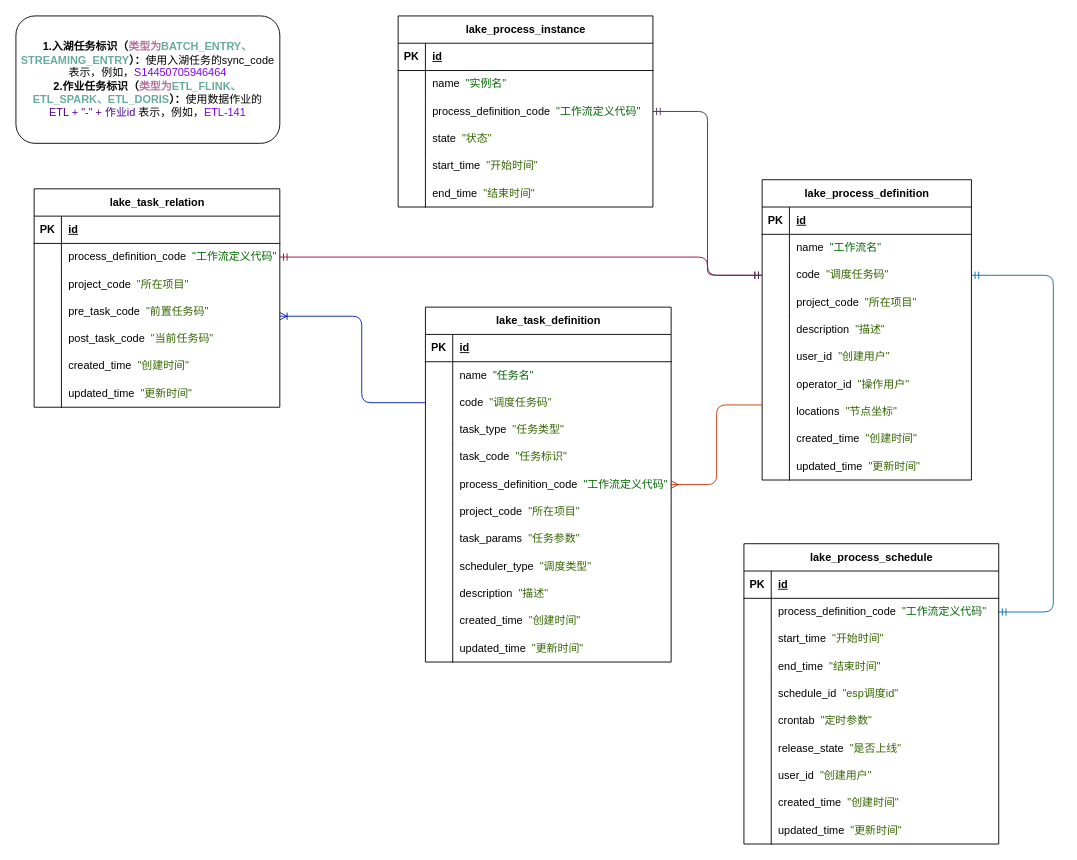
This is page "入湖与作业任务依赖" (3 of 3) of 数据湖.drawio from GorgeousU/draw.io, a draw.io file, before an edit. Source tidied: cells renumbered, new cells numbered last; positions are measured from the earlier drawing's top-left corner, leaving out a move shared by most shapes. Both pictures are drawn from the tidied source at 91%, with x=0, y=0 at pixel (15, 15).
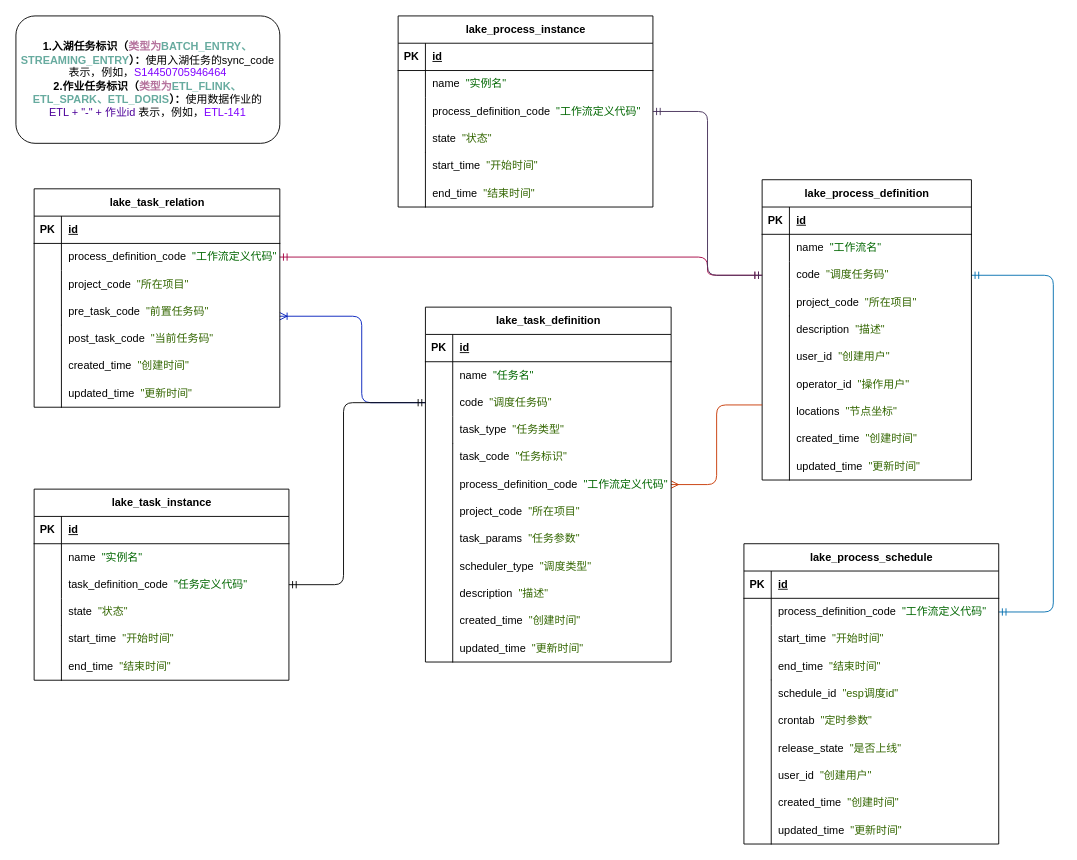
Above is the later version.

Commit message:
更新数据湖.drawio

The change refers to these unchanged cells:
```xml
<mxCell id="113" style="shape=tableRow;horizontal=0;startSize=0;swimlaneHead=0;swimlaneBody=0;fillColor=none;points=[[0,0.5],[1,0.5]];portConstraint=eastwest;top=0;left=0;right=0;bottom=0;" parent="106" vertex="1">
  <mxGeometry y="90" width="270" height="30" as="geometry" />
</mxCell>
```

What changed in the source:
```diff
@@
+    <mxCell id="135" style="group;" parent="1" vertex="1">
+      <mxGeometry x="20" y="520" width="280" height="210" as="geometry" />
+    </mxCell>
+    <mxCell id="136" value="lake_task_instance" style="shape=table;startSize=30;childLayout=tableLayout;rowLines=0;fontStyle=1;align=center;html=1;" parent="135" vertex="1">
+      <mxGeometry width="280" height="210" as="geometry" />
+    </mxCell>
+    <mxCell id="137" style="shape=tableRow;horizontal=0;startSize=0;swimlaneHead=0;swimlaneBody=0;fillColor=none;top=0;left=0;right=0;bottom=1;" parent="136" vertex="1">
+      <mxGeometry y="30" width="280" height="30" as="geometry" />
+    </mxCell>
+    <mxCell id="138" value="PK" style="shape=partialRectangle;fillColor=none;top=0;left=0;bottom=0;right=0;fontStyle=1;overflow=hidden;whiteSpace=wrap;html=1;" parent="137" vertex="1">
+      <mxGeometry width="30" height="30" as="geometry" />
+    </mxCell>
+    <mxCell id="139" value="id" style="shape=partialRectangle;fillColor=none;top=0;left=0;bottom=0;right=0;align=left;spacingLeft=6;fontStyle=5;overflow=hidden;whiteSpace=wrap;html=1;" parent="137" vertex="1">
+      <mxGeometry x="30" width="250" height="30" as="geometry" />
+    </mxCell>
+    <mxCell id="140" style="shape=tableRow;horizontal=0;startSize=0;swimlaneHead=0;swimlaneBody=0;fillColor=none;top=0;left=0;right=0;bottom=0;" parent="136" vertex="1">
+      <mxGeometry y="60" width="280" height="30" as="geometry" />
+    </mxCell>
+    <mxCell id="141" style="shape=partialRectangle;fillColor=none;top=0;left=0;bottom=0;right=0;overflow=hidden;whiteSpace=wrap;html=1;" parent="140" vertex="1">
+      <mxGeometry width="30" height="30" as="geometry" />
+    </mxCell>
+    <mxCell id="142" value="name&amp;nbsp;&amp;nbsp;&lt;font color=&quot;#006600&quot;&gt;&quot;实例名&quot;&lt;/font&gt;" style="shape=partialRectangle;fillColor=none;top=0;left=0;bottom=0;right=0;align=left;spacingLeft=6;overflow=hidden;whiteSpace=wrap;html=1;" parent="140" vertex="1">
+      <mxGeometry x="30" width="250" height="30" as="geometry" />
+    </mxCell>
+    <mxCell id="143" style="shape=tableRow;horizontal=0;startSize=0;swimlaneHead=0;swimlaneBody=0;fillColor=none;points=[[0,0.5],[1,0.5]];portConstraint=eastwest;top=0;left=0;right=0;bottom=0;" parent="136" vertex="1">
+      <mxGeometry y="90" width="280" height="30" as="geometry" />
+    </mxCell>
+    <mxCell id="144" style="shape=partialRectangle;fillColor=none;top=0;left=0;bottom=0;right=0;overflow=hidden;whiteSpace=wrap;html=1;" parent="143" vertex="1">
+      <mxGeometry width="30" height="30" as="geometry" />
+    </mxCell>
+    <mxCell id="145" value="task_definition_code&amp;nbsp;&amp;nbsp;&lt;font color=&quot;#006600&quot;&gt;&quot;任务定义代码&quot;&lt;/font&gt;" style="shape=partialRectangle;fillColor=none;top=0;left=0;bottom=0;right=0;align=left;spacingLeft=6;overflow=hidden;whiteSpace=wrap;html=1;" parent="143" vertex="1">
+      <mxGeometry x="30" width="250" height="30" as="geometry" />
+    </mxCell>
+    <mxCell id="146" style="shape=tableRow;horizontal=0;startSize=0;swimlaneHead=0;swimlaneBody=0;fillColor=none;top=0;left=0;right=0;bottom=0;" parent="136" vertex="1">
+      <mxGeometry y="120" width="280" height="30" as="geometry" />
+    </mxCell>
+    <mxCell id="147" style="shape=partialRectangle;fillColor=none;top=0;left=0;bottom=0;right=0;overflow=hidden;whiteSpace=wrap;html=1;" parent="146" vertex="1">
+      <mxGeometry width="30" height="30" as="geometry" />
+    </mxCell>
+    <mxCell id="148" value="state&amp;nbsp;&amp;nbsp;&lt;font color=&quot;#336600&quot;&gt;&quot;状态&quot;&lt;/font&gt;" style="shape=partialRectangle;fillColor=none;top=0;left=0;bottom=0;right=0;align=left;spacingLeft=6;overflow=hidden;whiteSpace=wrap;html=1;" parent="146" vertex="1">
+      <mxGeometry x="30" width="250" height="30" as="geometry" />
+    </mxCell>
+    <mxCell id="149" style="shape=tableRow;horizontal=0;startSize=0;swimlaneHead=0;swimlaneBody=0;fillColor=none;top=0;left=0;right=0;bottom=0;" parent="135" vertex="1">
+      <mxGeometry y="150" width="180" height="30" as="geometry" />
+    </mxCell>
+    <mxCell id="150" style="shape=partialRectangle;fillColor=none;top=0;left=0;bottom=0;right=0;overflow=hidden;whiteSpace=wrap;html=1;" parent="149" vertex="1">
+      <mxGeometry width="30" height="30" as="geometry" />
+    </mxCell>
+    <mxCell id="151" style="shape=tableRow;horizontal=0;startSize=0;swimlaneHead=0;swimlaneBody=0;fillColor=none;top=0;left=0;right=0;bottom=0;" parent="135" vertex="1">
+      <mxGeometry y="180" width="210" height="30" as="geometry" />
+    </mxCell>
+    <mxCell id="152" style="shape=partialRectangle;fillColor=none;top=0;left=0;bottom=0;right=0;overflow=hidden;whiteSpace=wrap;html=1;" parent="151" vertex="1">
+      <mxGeometry width="30" height="30" as="geometry" />
+    </mxCell>
+    <mxCell id="153" value="start_time&amp;nbsp;&amp;nbsp;&lt;font color=&quot;#336600&quot;&gt;&quot;开始时间&quot;&lt;/font&gt;" style="shape=partialRectangle;fillColor=none;top=0;left=0;bottom=0;right=0;align=left;spacingLeft=6;overflow=hidden;whiteSpace=wrap;html=1;" parent="135" vertex="1">
+      <mxGeometry x="30" y="150" width="160" height="30" as="geometry" />
+    </mxCell>
+    <mxCell id="154" style="shape=partialRectangle;fillColor=none;align=left;verticalAlign=middle;strokeColor=none;spacingLeft=34;" parent="135" vertex="1">
+      <mxGeometry x="20" y="150" width="30" height="60" as="geometry" />
+    </mxCell>
+    <mxCell id="155" style="shape=partialRectangle;top=0;left=0;bottom=0;fillColor=none;stokeWidth=1;align=left;verticalAlign=middle;spacingLeft=4;spacingRight=4;overflow=hidden;" parent="154" vertex="1">
+      <mxGeometry width="10" height="60" as="geometry" />
+    </mxCell>
+    <mxCell id="156" value="end_time&amp;nbsp;&amp;nbsp;&lt;font color=&quot;#336600&quot;&gt;&quot;结束时间&quot;&lt;/font&gt;" style="shape=partialRectangle;fillColor=none;top=0;left=0;bottom=0;right=0;align=left;spacingLeft=6;overflow=hidden;whiteSpace=wrap;html=1;" parent="135" vertex="1">
+      <mxGeometry x="30" y="180" width="160" height="30" as="geometry" />
+    </mxCell>
+    <mxCell id="157" style="edgeStyle=orthogonalEdgeStyle;fontSize=12;html=1;endArrow=ERmandOne;startArrow=ERmandOne;rounded=1;entryX=0;entryY=0.5;entryDx=0;entryDy=0;exitX=1;exitY=0.5;exitDx=0;exitDy=0;" parent="1" edge="1" source="143" target="113">
+      <mxGeometry relative="1" as="geometry">
+        <Array as="points">
+          <mxPoint x="360" y="625" />
+          <mxPoint x="360" y="425" />
+        </Array>
+      </mxGeometry>
+    </mxCell>
```
